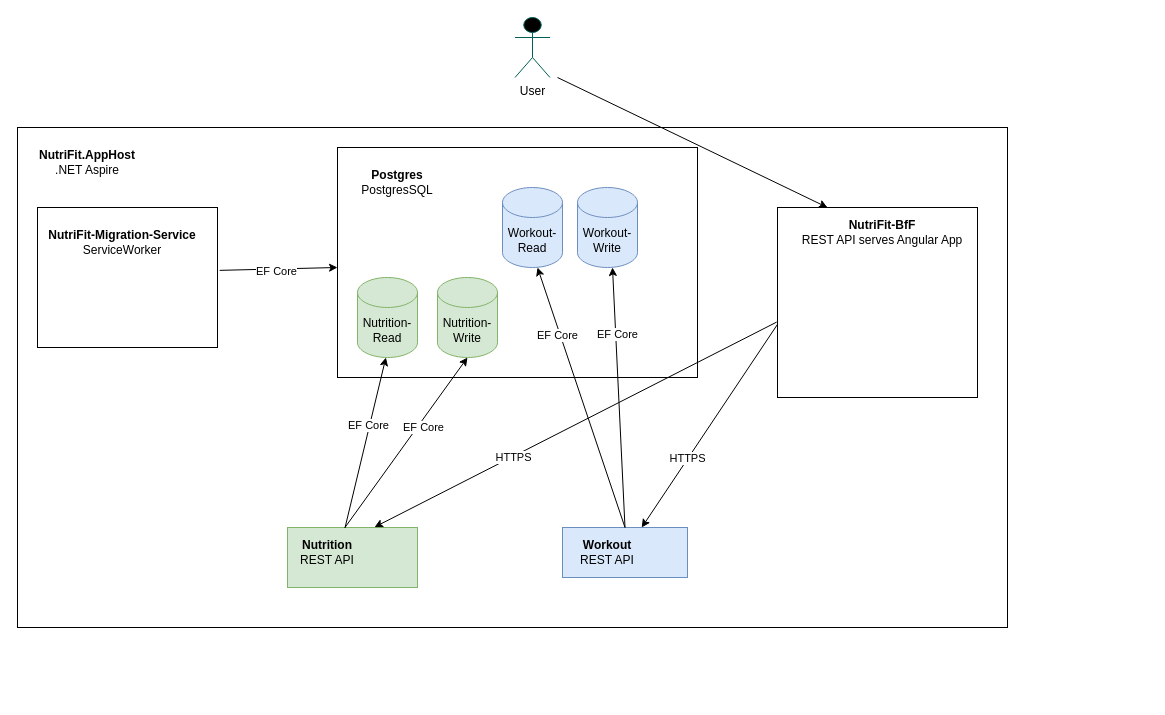
Before: docs/NutriFit_Container.drawio in gaweCodes/NutriFit, a draw.io diagram. Source tidied: cells renumbered, new cells numbered last; positions are measured from the earlier drawing's top-left corner, leaving out a move shared by most shapes. Both pictures are drawn from the tidied source at 100%, with x=0, y=0 at pixel (17, 17).
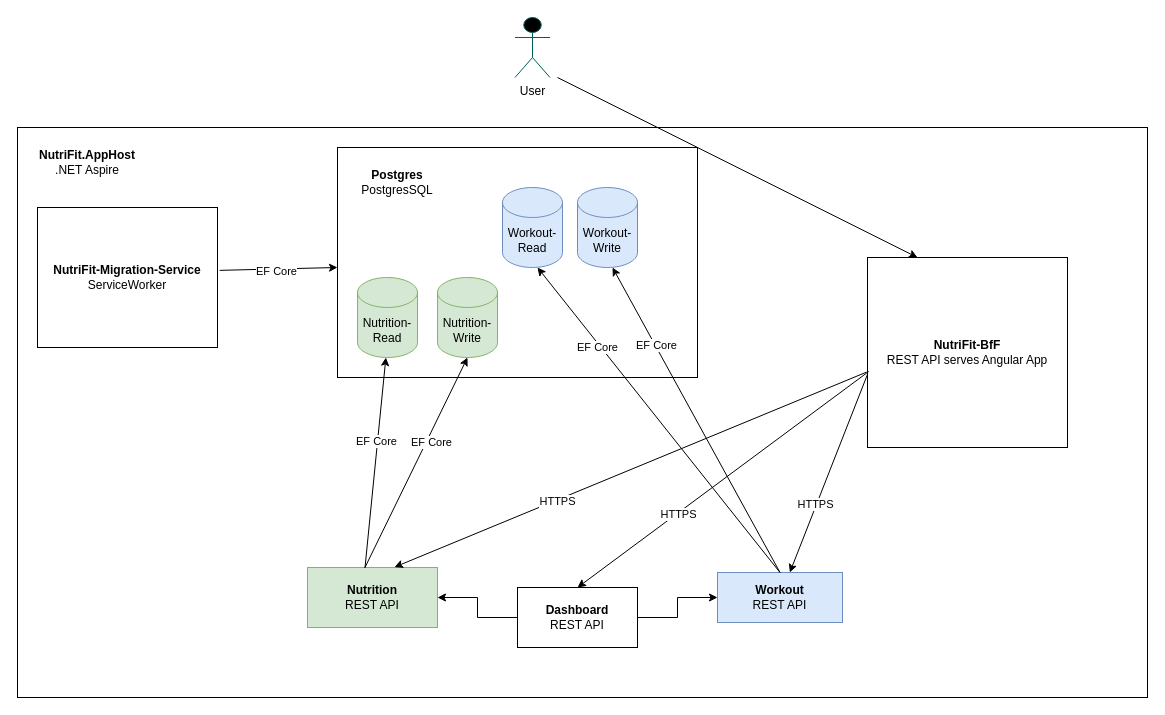
Above is the later version.

Diff of the diagram source:
```diff
@@
     <mxCell id="2" style="rounded=0;whiteSpace=wrap;html=1;align=center;" parent="1" vertex="1">
-      <mxGeometry y="110" width="990" height="500" as="geometry" />
+      <mxGeometry y="110" width="1130" height="570" as="geometry" />
     </mxCell>
@@
-    <mxCell id="9" style="rounded=0;whiteSpace=wrap;html=1;fillColor=none;" parent="1" vertex="1">
+    <mxCell id="9" value="&lt;b&gt;NutriFit-Migration-Service&lt;/b&gt;&lt;div&gt;ServiceWorker&lt;/div&gt;" style="rounded=0;whiteSpace=wrap;html=1;fillColor=none;" parent="1" vertex="1">
       <mxGeometry x="20" y="190" width="180" height="140" as="geometry" />
     </mxCell>
@@
-    <mxCell id="11" value="&lt;b&gt;NutriFit-Migration-Service &lt;/b&gt;ServiceWorker" style="text;html=1;align=center;verticalAlign=middle;whiteSpace=wrap;rounded=0;" parent="1" vertex="1">
-      <mxGeometry x="30" y="210" width="150" height="30" as="geometry" />
-    </mxCell>
-    <mxCell id="12" style="rounded=0;whiteSpace=wrap;html=1;fillColor=#d5e8d4;strokeColor=#82b366;" parent="1" vertex="1">
-      <mxGeometry x="270" y="510" width="130" height="60" as="geometry" />
+    <mxCell id="12" value="&lt;b&gt;Nutrition&lt;/b&gt;&lt;div&gt;REST API&lt;/div&gt;" style="rounded=0;whiteSpace=wrap;html=1;fillColor=#d5e8d4;strokeColor=#82b366;" parent="1" vertex="1">
+      <mxGeometry x="290" y="550" width="130" height="60" as="geometry" />
     </mxCell>
-    <mxCell id="13" style="rounded=0;whiteSpace=wrap;html=1;fillColor=none;strokeColor=default;" parent="1" vertex="1">
-      <mxGeometry x="760" y="190" width="200" height="190" as="geometry" />
+    <mxCell id="13" value="&lt;b&gt;NutriFit-BfF&lt;/b&gt;&lt;div&gt;REST API serves Angular App&lt;/div&gt;" style="rounded=0;whiteSpace=wrap;html=1;fillColor=none;strokeColor=default;" parent="1" vertex="1">
+      <mxGeometry x="850" y="240" width="200" height="190" as="geometry" />
     </mxCell>
-    <mxCell id="14" style="rounded=0;whiteSpace=wrap;html=1;fillColor=#dae8fc;strokeColor=#6c8ebf;" parent="1" vertex="1">
-      <mxGeometry x="545" y="510" width="125" height="50" as="geometry" />
+    <mxCell id="14" value="&lt;b&gt;Workout&lt;/b&gt;&lt;div&gt;REST API&lt;/div&gt;" style="rounded=0;whiteSpace=wrap;html=1;fillColor=#dae8fc;strokeColor=#6c8ebf;" parent="1" vertex="1">
+      <mxGeometry x="700" y="555" width="125" height="50" as="geometry" />
     </mxCell>
-    <mxCell id="15" value="&lt;b&gt;Nutrition &lt;/b&gt;REST API" style="text;html=1;align=center;verticalAlign=middle;whiteSpace=wrap;rounded=0;" parent="1" vertex="1">
-      <mxGeometry x="280" y="520" width="60" height="30" as="geometry" />
-    </mxCell>
-    <mxCell id="16" value="&lt;b&gt;Workout &lt;/b&gt;REST API" style="text;html=1;align=center;verticalAlign=middle;whiteSpace=wrap;rounded=0;" parent="1" vertex="1">
-      <mxGeometry x="560" y="520" width="60" height="30" as="geometry" />
-    </mxCell>
-    <mxCell id="17" value="&lt;b&gt;NutriFit-BfF&lt;/b&gt;&lt;div&gt;REST API serves Angular App&lt;/div&gt;" style="text;html=1;align=center;verticalAlign=middle;whiteSpace=wrap;rounded=0;" parent="1" vertex="1">
-      <mxGeometry x="780" y="200" width="170" height="30" as="geometry" />
-    </mxCell>
@@
+    <mxCell id="34" style="edgeStyle=orthogonalEdgeStyle;rounded=0;jettySize=auto;html=1;" parent="1" edge="1" source="36" target="12">
+      <mxGeometry relative="1" as="geometry" />
+    </mxCell>
+    <mxCell id="35" style="edgeStyle=orthogonalEdgeStyle;rounded=0;jettySize=auto;html=1;" parent="1" edge="1" source="36" target="14">
+      <mxGeometry relative="1" as="geometry" />
+    </mxCell>
+    <mxCell id="36" value="&lt;b&gt;Dashboard&lt;/b&gt;&lt;div&gt;REST API&lt;/div&gt;" style="rounded=0;whiteSpace=wrap;html=1;" parent="1" vertex="1">
+      <mxGeometry x="500" y="570" width="120" height="60" as="geometry" />
+    </mxCell>
+    <mxCell id="37" style="endArrow=classic;html=1;rounded=0;entryX=0.5;entryY=0;entryDx=0;entryDy=0;exitX=0.006;exitY=0.6;exitDx=0;exitDy=0;exitPerimeter=0;" parent="1" edge="1" source="13" target="36">
+      <mxGeometry relative="1" as="geometry" />
+    </mxCell>
+    <mxCell id="38" value="HTTPS" style="edgeLabel;html=1;align=center;verticalAlign=middle;" parent="37" vertex="1">
+      <mxGeometry x="0.28" y="5" relative="1" as="geometry">
+        <mxPoint x="-7" as="offset" />
+      </mxGeometry>
+    </mxCell>
```
